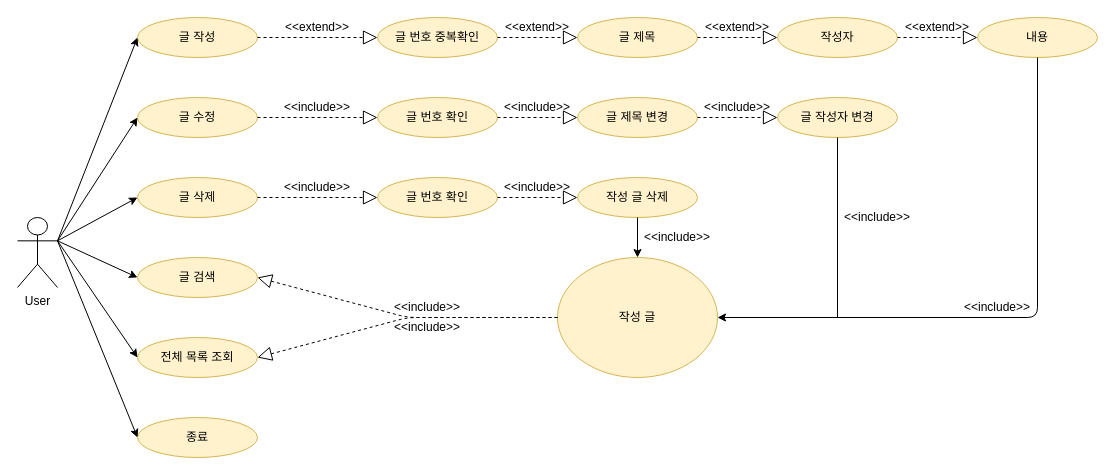
The draw.io diagram BoardClassDiagram.drawio in DCSEO322/java, before the edit. Source tidied: cells renumbered, new cells numbered last; positions are measured from the earlier drawing's top-left corner, leaving out a move shared by most shapes. Both pictures are drawn from the tidied source at 100%, with x=0, y=0 at pixel (17, 17).
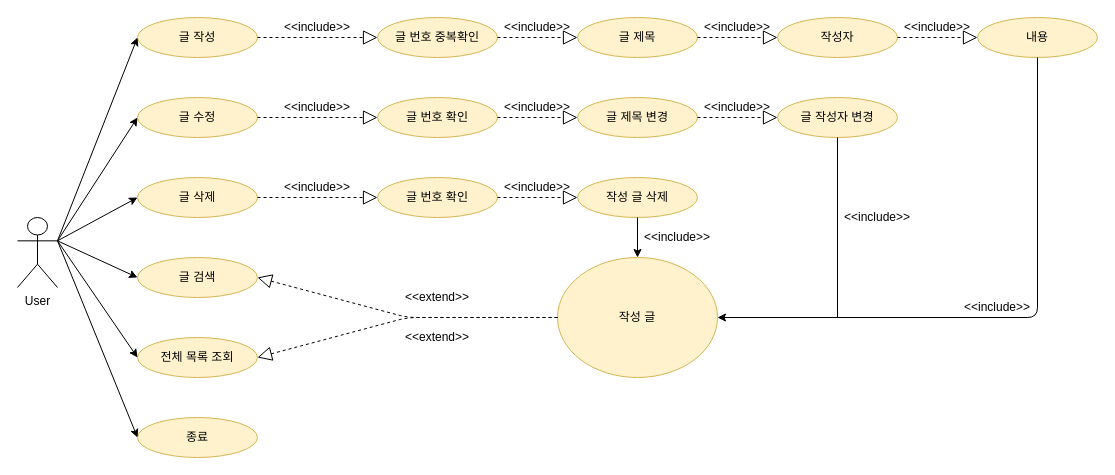
The same diagram, later.

Diff of the diagram source:
```diff
@@
-    <mxCell id="15" value="&amp;lt;&amp;lt;extend&amp;gt;&amp;gt;" style="text;html=1;strokeColor=none;fillColor=none;align=center;verticalAlign=middle;whiteSpace=wrap;rounded=0;" parent="1" vertex="1">
-      <mxGeometry x="280" width="40" height="20" as="geometry" />
-    </mxCell>
@@
-    <mxCell id="27" value="&amp;lt;&amp;lt;extend&amp;gt;&amp;gt;" style="text;html=1;strokeColor=none;fillColor=none;align=center;verticalAlign=middle;whiteSpace=wrap;rounded=0;" parent="1" vertex="1">
-      <mxGeometry x="500" width="40" height="20" as="geometry" />
-    </mxCell>
-    <mxCell id="28" value="&amp;lt;&amp;lt;extend&amp;gt;&amp;gt;" style="text;html=1;strokeColor=none;fillColor=none;align=center;verticalAlign=middle;whiteSpace=wrap;rounded=0;" parent="1" vertex="1">
-      <mxGeometry x="700" width="40" height="20" as="geometry" />
-    </mxCell>
-    <mxCell id="29" value="&amp;lt;&amp;lt;extend&amp;gt;&amp;gt;" style="text;html=1;strokeColor=none;fillColor=none;align=center;verticalAlign=middle;whiteSpace=wrap;rounded=0;" parent="1" vertex="1">
-      <mxGeometry x="900" width="40" height="20" as="geometry" />
-    </mxCell>
@@
-    <mxCell id="49" value="&amp;lt;&amp;lt;include&amp;gt;&amp;gt;" style="text;html=1;strokeColor=none;fillColor=none;align=center;verticalAlign=middle;whiteSpace=wrap;rounded=0;" parent="1" vertex="1">
-      <mxGeometry x="390" y="300" width="40" height="20" as="geometry" />
-    </mxCell>
-    <mxCell id="50" value="&amp;lt;&amp;lt;include&amp;gt;&amp;gt;" style="text;html=1;strokeColor=none;fillColor=none;align=center;verticalAlign=middle;whiteSpace=wrap;rounded=0;" parent="1" vertex="1">
-      <mxGeometry x="390" y="280" width="40" height="20" as="geometry" />
-    </mxCell>
@@
+    <mxCell id="53" value="&amp;lt;&amp;lt;extend&amp;gt;&amp;gt;" style="text;html=1;strokeColor=none;fillColor=none;align=center;verticalAlign=middle;whiteSpace=wrap;rounded=0;" parent="1" vertex="1">
+      <mxGeometry x="400" y="310" width="40" height="20" as="geometry" />
+    </mxCell>
+    <mxCell id="54" value="&amp;lt;&amp;lt;extend&amp;gt;&amp;gt;" style="text;html=1;strokeColor=none;fillColor=none;align=center;verticalAlign=middle;whiteSpace=wrap;rounded=0;" parent="1" vertex="1">
+      <mxGeometry x="400" y="270" width="40" height="20" as="geometry" />
+    </mxCell>
+    <mxCell id="55" value="&amp;lt;&amp;lt;include&amp;gt;&amp;gt;" style="text;html=1;strokeColor=none;fillColor=none;align=center;verticalAlign=middle;whiteSpace=wrap;rounded=0;" parent="1" vertex="1">
+      <mxGeometry x="280" width="40" height="20" as="geometry" />
+    </mxCell>
+    <mxCell id="56" value="&amp;lt;&amp;lt;include&amp;gt;&amp;gt;" style="text;html=1;strokeColor=none;fillColor=none;align=center;verticalAlign=middle;whiteSpace=wrap;rounded=0;" parent="1" vertex="1">
+      <mxGeometry x="500" width="40" height="20" as="geometry" />
+    </mxCell>
+    <mxCell id="57" value="&amp;lt;&amp;lt;include&amp;gt;&amp;gt;" style="text;html=1;strokeColor=none;fillColor=none;align=center;verticalAlign=middle;whiteSpace=wrap;rounded=0;" parent="1" vertex="1">
+      <mxGeometry x="700" width="40" height="20" as="geometry" />
+    </mxCell>
+    <mxCell id="58" value="&amp;lt;&amp;lt;include&amp;gt;&amp;gt;" style="text;html=1;strokeColor=none;fillColor=none;align=center;verticalAlign=middle;whiteSpace=wrap;rounded=0;" parent="1" vertex="1">
+      <mxGeometry x="900" width="40" height="20" as="geometry" />
+    </mxCell>
```
